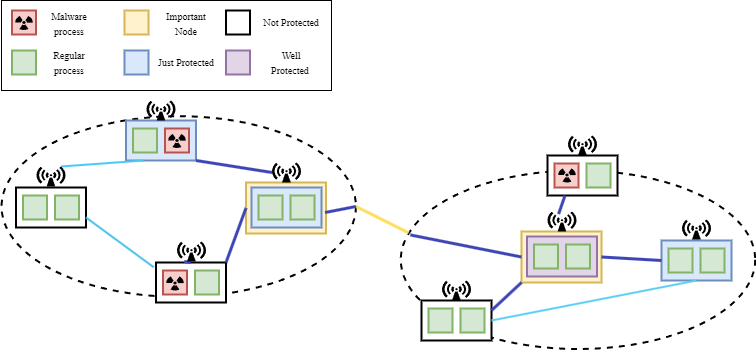
Earlier version of the draw.io export 名称未設定ファイル.drawio.png (Creammilky/draw.io). Source tidied: cells renumbered, new cells last; positions are measured from the earlier drawing's top-left corner, leaving out a move shared by most shapes.
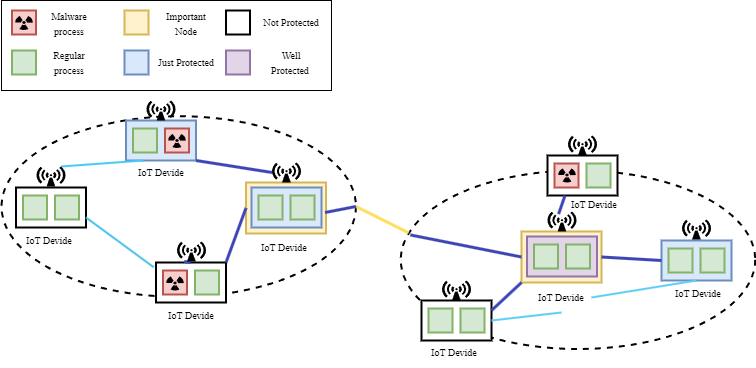
The same file after the commit.

Commit message:
名称未設定ファイル.drawio.png を更新します

Change to the diagram source:
```diff
@@ -152,7 +152,7 @@
     <mxCell id="51" style="shape=mxgraph.signs.safety.radiation;html=1;fillColor=#000000;strokeColor=none;verticalLabelPosition=bottom;verticalAlign=top;align=center;sketch=0;" parent="1" vertex="1">
       <mxGeometry x="556.5" y="168" width="18" height="14" as="geometry" />
     </mxCell>
-    <mxCell id="52" style="endArrow=none;html=1;rounded=0;entryX=1;entryY=0.5;entryDx=0;entryDy=0;strokeWidth=2;strokeColor=#5dcef4;exitX=0.5;exitY=1;exitDx=0;exitDy=0;" parent="1" edge="1" source="23" target="20">
+    <mxCell id="52" style="endArrow=none;html=1;rounded=0;entryX=1;entryY=0.5;entryDx=0;entryDy=0;strokeWidth=2;strokeColor=#5dcef4;exitX=0.5;exitY=1;exitDx=0;exitDy=0;" parent="1" edge="1" source="73" target="20">
       <mxGeometry relative="1" as="geometry" />
     </mxCell>
     <mxCell id="53" style="rounded=0;whiteSpace=wrap;html=1;" parent="1" vertex="1">
@@ -197,5 +197,32 @@
     <mxCell id="66" value="&lt;span style=&quot;font-size: 10px;&quot;&gt;&amp;nbsp;Not Protected&lt;/span&gt;" style="text;html=1;strokeColor=none;fillColor=none;align=center;verticalAlign=middle;whiteSpace=wrap;rounded=0;fontFamily=Times New Roman;" parent="1" vertex="1">
       <mxGeometry x="259" y="7" width="60" height="30" as="geometry" />
     </mxCell>
+    <mxCell id="67" value="&lt;span style=&quot;font-size: 10px;&quot;&gt;IoT Devide&lt;/span&gt;" style="text;html=1;strokeColor=none;fillColor=none;align=center;verticalAlign=middle;whiteSpace=wrap;rounded=0;fontFamily=Times New Roman;" parent="1" vertex="1">
+      <mxGeometry x="129.5" y="157" width="60" height="30" as="geometry" />
+    </mxCell>
+    <mxCell id="68" value="&lt;span style=&quot;font-size: 10px;&quot;&gt;IoT Devide&lt;/span&gt;" style="text;html=1;strokeColor=none;fillColor=none;align=center;verticalAlign=middle;whiteSpace=wrap;rounded=0;fontFamily=Times New Roman;" parent="1" vertex="1">
+      <mxGeometry x="17.5" y="225" width="60" height="30" as="geometry" />
+    </mxCell>
+    <mxCell id="69" value="&lt;span style=&quot;font-size: 10px;&quot;&gt;IoT Devide&lt;/span&gt;" style="text;html=1;strokeColor=none;fillColor=none;align=center;verticalAlign=middle;whiteSpace=wrap;rounded=0;fontFamily=Times New Roman;" parent="1" vertex="1">
+      <mxGeometry x="159.5" y="300" width="60" height="30" as="geometry" />
+    </mxCell>
+    <mxCell id="70" value="&lt;span style=&quot;font-size: 10px;&quot;&gt;IoT Devide&lt;/span&gt;" style="text;html=1;strokeColor=none;fillColor=none;align=center;verticalAlign=middle;whiteSpace=wrap;rounded=0;fontFamily=Times New Roman;" parent="1" vertex="1">
+      <mxGeometry x="253" y="232" width="60" height="30" as="geometry" />
+    </mxCell>
+    <mxCell id="71" value="&lt;span style=&quot;font-size: 10px;&quot;&gt;IoT Devide&lt;/span&gt;" style="text;html=1;strokeColor=none;fillColor=none;align=center;verticalAlign=middle;whiteSpace=wrap;rounded=0;fontFamily=Times New Roman;" parent="1" vertex="1">
+      <mxGeometry x="423" y="337" width="60" height="30" as="geometry" />
+    </mxCell>
+    <mxCell id="72" style="endArrow=none;html=1;rounded=0;entryX=1;entryY=0.5;entryDx=0;entryDy=0;strokeWidth=2;strokeColor=#5dcef4;exitX=0.5;exitY=1;exitDx=0;exitDy=0;" parent="1" edge="1" source="23" target="73">
+      <mxGeometry relative="1" as="geometry" />
+    </mxCell>
+    <mxCell id="73" value="&lt;span style=&quot;font-size: 10px;&quot;&gt;IoT Devide&lt;/span&gt;" style="text;html=1;strokeColor=none;fillColor=none;align=center;verticalAlign=middle;whiteSpace=wrap;rounded=0;fontFamily=Times New Roman;" parent="1" vertex="1">
+      <mxGeometry x="530" y="282" width="60" height="30" as="geometry" />
+    </mxCell>
+    <mxCell id="74" value="&lt;span style=&quot;font-size: 10px;&quot;&gt;IoT Devide&lt;/span&gt;" style="text;html=1;strokeColor=none;fillColor=none;align=center;verticalAlign=middle;whiteSpace=wrap;rounded=0;fontFamily=Times New Roman;" parent="1" vertex="1">
+      <mxGeometry x="563" y="189" width="60" height="30" as="geometry" />
+    </mxCell>
+    <mxCell id="75" value="&lt;span style=&quot;font-size: 10px;&quot;&gt;IoT Devide&lt;/span&gt;" style="text;html=1;strokeColor=none;fillColor=none;align=center;verticalAlign=middle;whiteSpace=wrap;rounded=0;fontFamily=Times New Roman;" parent="1" vertex="1">
+      <mxGeometry x="667" y="278" width="60" height="30" as="geometry" />
+    </mxCell>
   </root>
 </mxGraphModel>
```
